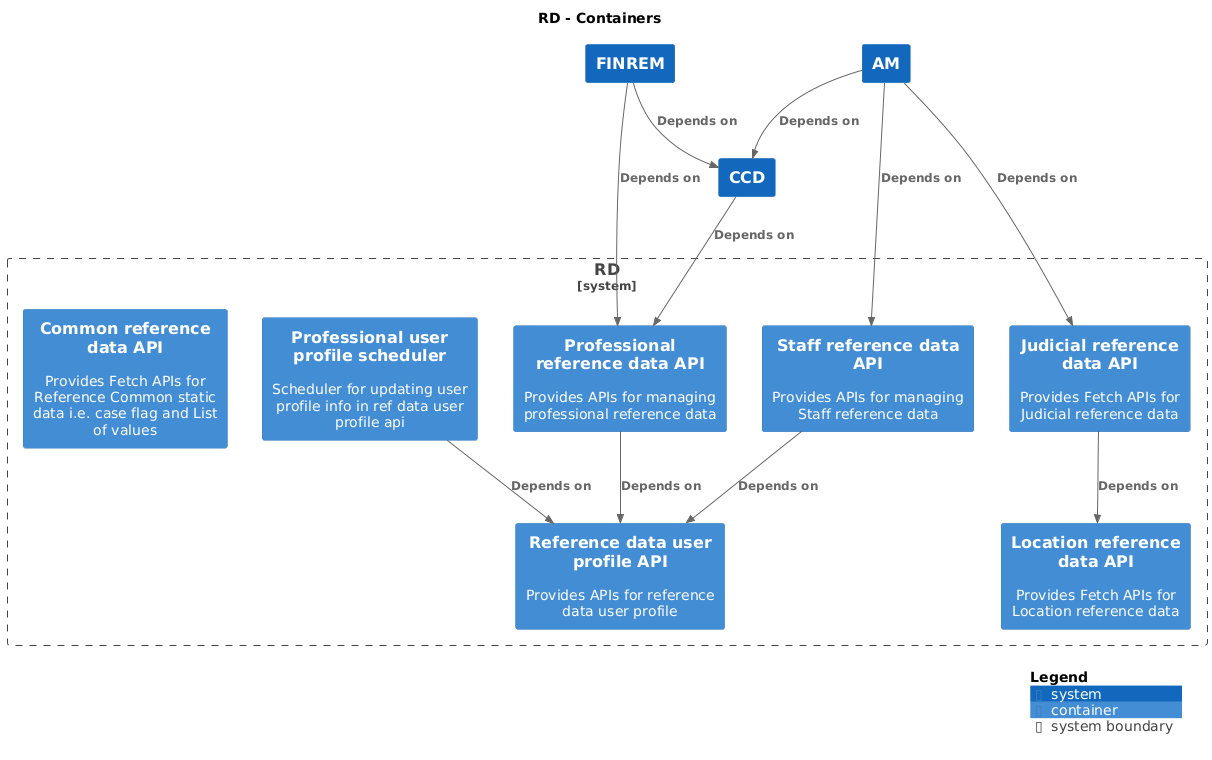
This is docs/c4/rd/images/structurizr-rd-overview.png from hmcts/cnp-api-docs, a PlantUML export, as it was before one commit. Its diagram source:
```plantuml
@startuml
set separator none
title RD - Containers

top to bottom direction

!include <C4/C4>
!include <C4/C4_Context>
!include <C4/C4_Container>

System(CCD, "CCD", $descr="", $tags="", $link="")
System(FINREM, "FINREM", $descr="", $tags="", $link="")
System(AM, "AM", $descr="", $tags="", $link="")

System_Boundary("RD_boundary", "RD", $tags="") {
  Container(RD.ProfessionalreferencedataAPI, "Professional reference data API", $techn="", $descr="Provides APIs for managing professional reference data", $tags="", $link="")
  Container(RD.ReferencedatauserprofileAPI, "Reference data user profile API", $techn="", $descr="Provides APIs for reference data user profile", $tags="", $link="")
  Container(RD.Professionaluserprofilescheduler, "Professional user profile scheduler", $techn="", $descr="Scheduler for updating user profile info in ref data user profile api", $tags="", $link="")
  Container(RD.StaffreferencedataAPI, "Staff reference data API", $techn="", $descr="Provides APIs for managing Staff reference data", $tags="", $link="")
  Container(RD.LocationreferencedataAPI, "Location reference data API", $techn="", $descr="Provides Fetch APIs for Location reference data", $tags="", $link="")
  Container(RD.JudicialreferencedataAPI, "Judicial reference data API", $techn="", $descr="Provides Fetch APIs for Judicial reference data", $tags="", $link="")
  Container(RD.CommonreferencedataAPI, "Common reference data API", $techn="", $descr="Provides Fetch APIs for Reference Common static data i.e. case flag and List of values", $tags="", $link="")
}

Rel(CCD, RD.ProfessionalreferencedataAPI, "Depends on", $techn="", $tags="", $link="")
Rel(FINREM, CCD, "Depends on", $techn="", $tags="", $link="")
Rel(FINREM, RD.ProfessionalreferencedataAPI, "Depends on", $techn="", $tags="", $link="")
Rel(RD.ProfessionalreferencedataAPI, RD.ReferencedatauserprofileAPI, "Depends on", $techn="", $tags="", $link="")
Rel(RD.Professionaluserprofilescheduler, RD.ReferencedatauserprofileAPI, "Depends on", $techn="", $tags="", $link="")
Rel(RD.StaffreferencedataAPI, RD.ReferencedatauserprofileAPI, "Depends on", $techn="", $tags="", $link="")
Rel(RD.JudicialreferencedataAPI, RD.LocationreferencedataAPI, "Depends on", $techn="", $tags="", $link="")
Rel(AM, RD.JudicialreferencedataAPI, "Depends on", $techn="", $tags="", $link="")
Rel(AM, RD.StaffreferencedataAPI, "Depends on", $techn="", $tags="", $link="")
Rel(AM, CCD, "Depends on", $techn="", $tags="", $link="")

SHOW_DYNAMIC_LEGEND()
@enduml
```
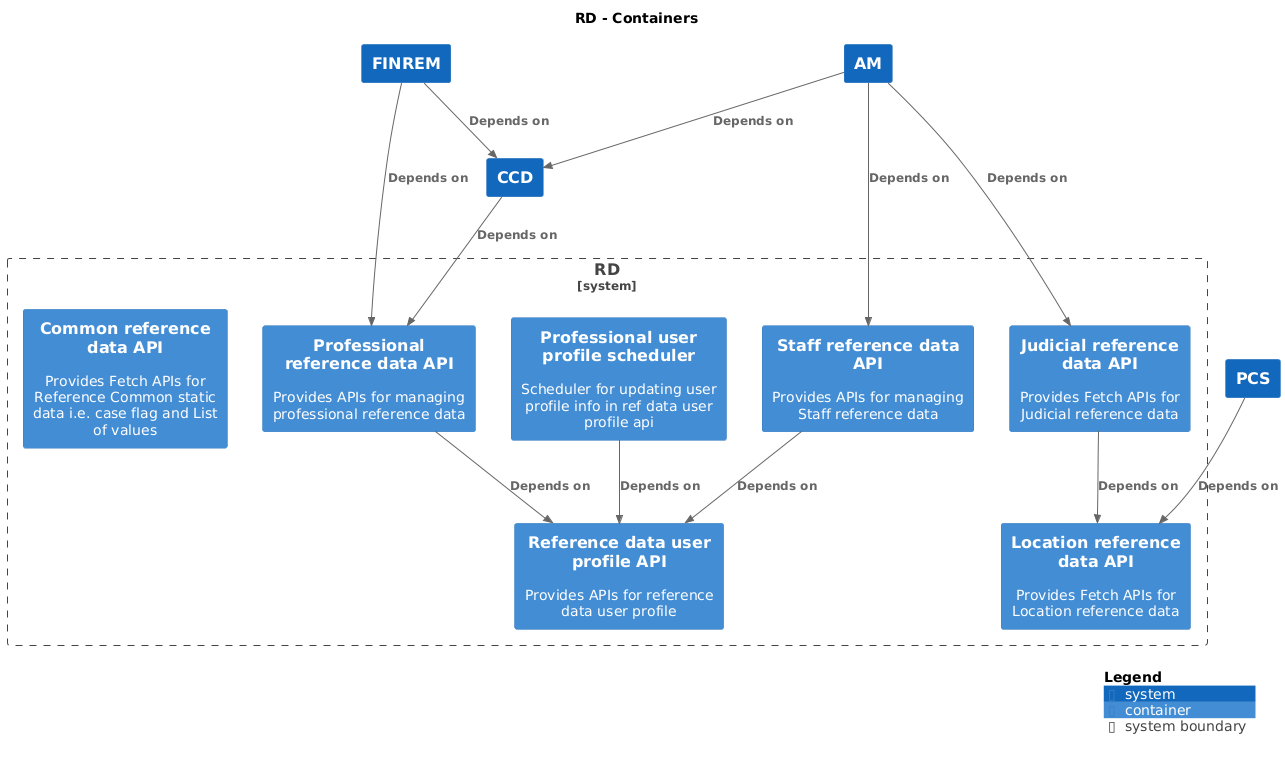
The same diagram one commit later.

Diff of the diagram source:
```diff
@@ -11,6 +11,7 @@
 System(CCD, "CCD", $descr="", $tags="", $link="")
 System(FINREM, "FINREM", $descr="", $tags="", $link="")
 System(AM, "AM", $descr="", $tags="", $link="")
+System(PCS, "PCS", $descr="", $tags="", $link="")
 
 System_Boundary("RD_boundary", "RD", $tags="") {
   Container(RD.ProfessionalreferencedataAPI, "Professional reference data API", $techn="", $descr="Provides APIs for managing professional reference data", $tags="", $link="")
@@ -32,6 +33,7 @@
 Rel(AM, RD.JudicialreferencedataAPI, "Depends on", $techn="", $tags="", $link="")
 Rel(AM, RD.StaffreferencedataAPI, "Depends on", $techn="", $tags="", $link="")
 Rel(AM, CCD, "Depends on", $techn="", $tags="", $link="")
+Rel(PCS, RD.LocationreferencedataAPI, "Depends on", $techn="", $tags="", $link="")
 
 SHOW_DYNAMIC_LEGEND()
 @enduml
```
